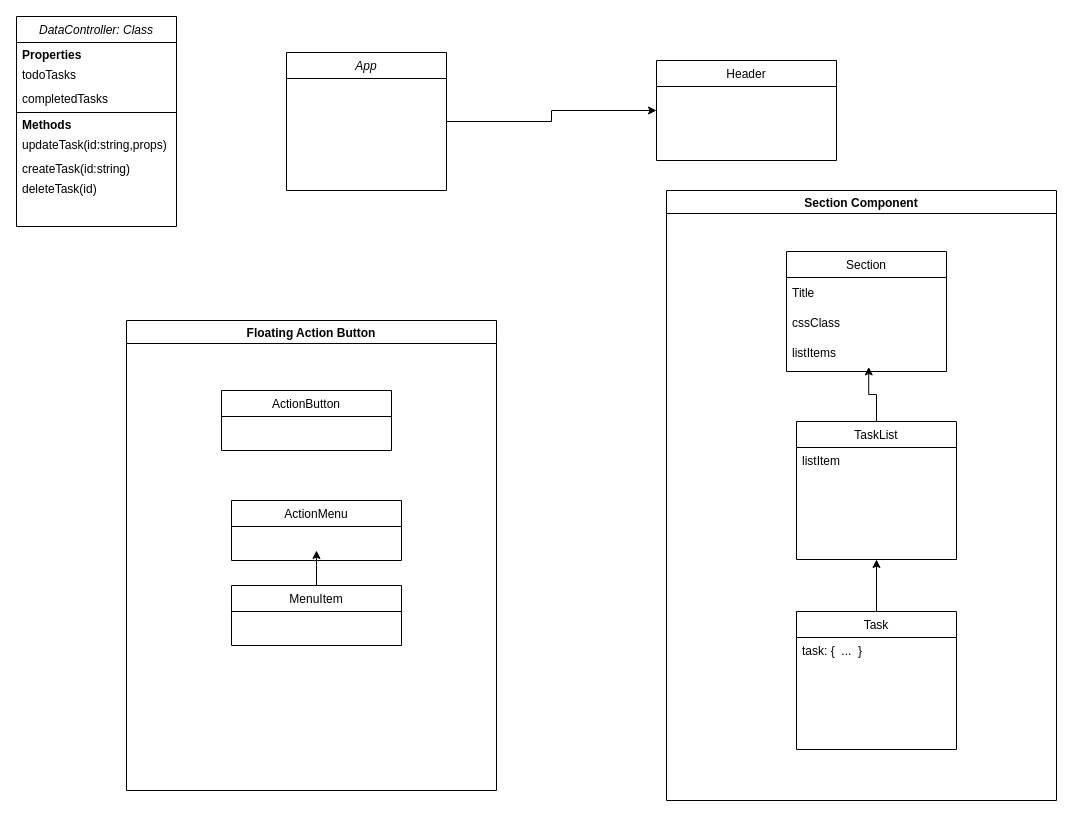
The draw.io diagram Untitled Diagram.drawio in rmitchellPitzer/cs124, before the edit. Source tidied: cells renumbered, new cells numbered last; positions are measured from the earlier drawing's top-left corner, leaving out a move shared by most shapes. Both pictures are drawn from the tidied source at 100%, with x=0, y=0 at pixel (16, 16).
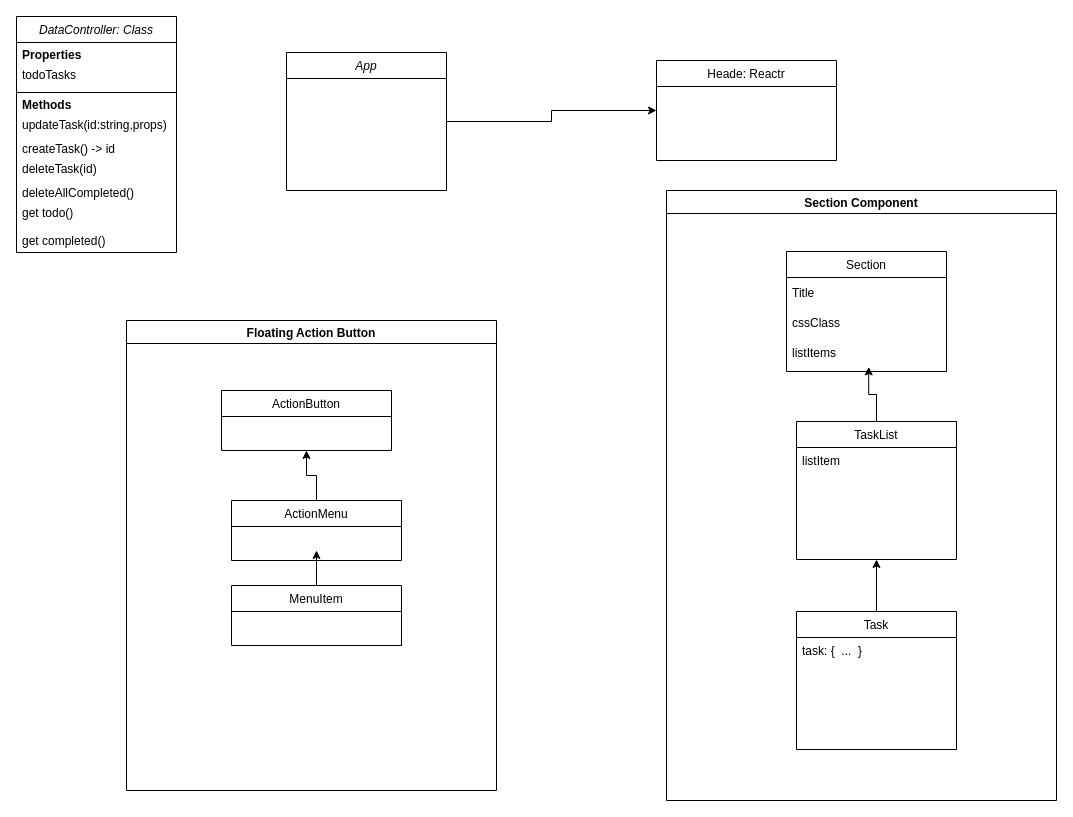
After the change.

The change refers to these unchanged cells:
```xml
<mxCell id="26" style="group;" parent="25" vertex="1">
  <mxGeometry x="95" y="70" width="180" height="255" as="geometry" />
</mxCell>
<mxCell id="27" value="ActionButton" style="swimlane;fontStyle=0;align=center;verticalAlign=top;horizontal=1;startSize=26;rounded=0;shadow=0;strokeWidth=1;" parent="26" vertex="1">
  <mxGeometry width="170" height="60" as="geometry" />
</mxCell>
<mxCell id="30" value="ActionMenu" style="swimlane;fontStyle=0;align=center;verticalAlign=top;horizontal=1;startSize=26;rounded=0;shadow=0;strokeWidth=1;" parent="26" vertex="1">
  <mxGeometry x="10" y="110" width="170" height="60" as="geometry" />
</mxCell>
```

What changed in the source:
```diff
@@
-    <mxCell id="4" value="Header" style="swimlane;fontStyle=0;align=center;verticalAlign=top;horizontal=1;startSize=26;rounded=0;shadow=0;strokeWidth=1;" parent="1" vertex="1">
+    <mxCell id="4" value="Heade: Reactr" style="swimlane;fontStyle=0;align=center;verticalAlign=top;horizontal=1;startSize=26;rounded=0;shadow=0;strokeWidth=1;" parent="1" vertex="1">
       <mxGeometry x="640" y="44" width="180" height="100" as="geometry" />
     </mxCell>
     <mxCell id="5" value="DataController: Class" style="swimlane;fontStyle=2;align=center;verticalAlign=top;horizontal=1;startSize=26;rounded=0;shadow=0;strokeWidth=1;" parent="1" vertex="1">
-      <mxGeometry width="160" height="210" as="geometry" />
+      <mxGeometry width="160" height="236" as="geometry" />
     </mxCell>
@@
-    <mxCell id="8" value="completedTasks" style="text;strokeColor=none;fillColor=none;align=left;verticalAlign=middle;spacingLeft=4;spacingRight=4;overflow=hidden;" parent="5" vertex="1">
-      <mxGeometry y="72" width="160" height="20" as="geometry" />
-    </mxCell>
     <mxCell id="9" style="line;strokeWidth=1;fillColor=none;align=left;verticalAlign=middle;spacingTop=-1;spacingLeft=3;spacingRight=3;labelPosition=right;" parent="5" vertex="1">
-      <mxGeometry y="92" width="160" height="8" as="geometry" />
+      <mxGeometry y="72" width="160" height="8" as="geometry" />
     </mxCell>
     <mxCell id="10" value="Methods&#10;" style="text;strokeColor=none;fillColor=none;align=left;verticalAlign=middle;spacingLeft=4;spacingRight=4;overflow=hidden;fontStyle=1;" parent="5" vertex="1">
-      <mxGeometry y="100" width="160" height="20" as="geometry" />
+      <mxGeometry y="80" width="160" height="20" as="geometry" />
     </mxCell>
     <mxCell id="11" value="updateTask(id:string,props)&#10;" style="text;strokeColor=none;fillColor=none;align=left;verticalAlign=middle;spacingLeft=4;spacingRight=4;overflow=hidden;" parent="5" vertex="1">
-      <mxGeometry y="120" width="160" height="24" as="geometry" />
+      <mxGeometry y="100" width="160" height="24" as="geometry" />
     </mxCell>
-    <mxCell id="12" value="createTask(id:string)" style="text;strokeColor=none;fillColor=none;align=left;verticalAlign=middle;spacingLeft=4;spacingRight=4;overflow=hidden;" parent="5" vertex="1">
-      <mxGeometry y="144" width="160" height="16" as="geometry" />
+    <mxCell id="12" value="createTask() -&gt; id " style="text;strokeColor=none;fillColor=none;align=left;verticalAlign=middle;spacingLeft=4;spacingRight=4;overflow=hidden;" parent="5" vertex="1">
+      <mxGeometry y="124" width="160" height="16" as="geometry" />
     </mxCell>
     <mxCell id="13" value="deleteTask(id)" style="text;strokeColor=none;fillColor=none;align=left;verticalAlign=middle;spacingLeft=4;spacingRight=4;overflow=hidden;" parent="5" vertex="1">
-      <mxGeometry y="160" width="160" height="24" as="geometry" />
+      <mxGeometry y="140" width="160" height="24" as="geometry" />
     </mxCell>
+    <mxCell id="31" value="deleteAllCompleted()" style="text;strokeColor=none;fillColor=none;align=left;verticalAlign=middle;spacingLeft=4;spacingRight=4;overflow=hidden;" parent="5" vertex="1">
+      <mxGeometry y="164" width="160" height="24" as="geometry" />
+    </mxCell>
+    <mxCell id="32" value="get todo() &#10;" style="text;strokeColor=none;fillColor=none;align=left;verticalAlign=middle;spacingLeft=4;spacingRight=4;overflow=hidden;" parent="5" vertex="1">
+      <mxGeometry y="188" width="160" height="24" as="geometry" />
+    </mxCell>
+    <mxCell id="33" value="get completed() " style="text;strokeColor=none;fillColor=none;align=left;verticalAlign=middle;spacingLeft=4;spacingRight=4;overflow=hidden;" parent="5" vertex="1">
+      <mxGeometry y="212" width="160" height="24" as="geometry" />
+    </mxCell>
@@
+    <mxCell id="34" style="edgeStyle=orthogonalEdgeStyle;rounded=0;jettySize=auto;html=1;entryX=0.5;entryY=1;entryDx=0;entryDy=0;" parent="26" edge="1" source="30" target="27">
+      <mxGeometry relative="1" as="geometry" />
+    </mxCell>
```
